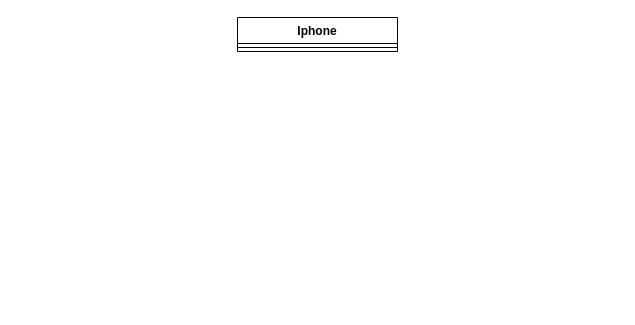
The draw.io diagram desafioDIO.drawio in evelopes/DIO-Java, before the edit. Source tidied: cells renumbered, new cells numbered last; positions are measured from the earlier drawing's top-left corner, leaving out a move shared by most shapes. Both pictures are drawn from the tidied source at 100%, with x=0, y=0 at pixel (237, 17).
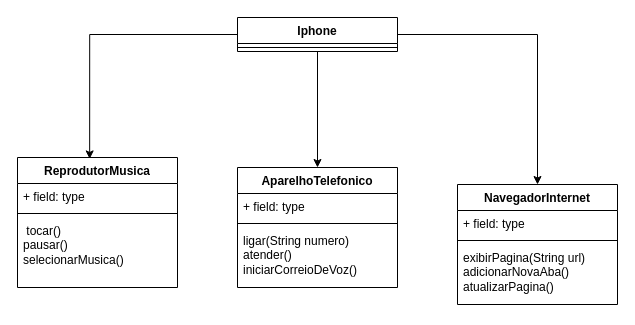
After the change.

Change to the diagram source:
```diff
@@
 <mxGraphModel>
   <root>
     <mxCell id="0" />
     <mxCell id="1" parent="0" />
+    <mxCell id="4" style="edgeStyle=orthogonalEdgeStyle;rounded=0;jettySize=auto;html=1;entryX=0.5;entryY=0;entryDx=0;entryDy=0;" parent="1" edge="1" source="2" target="10">
+      <mxGeometry relative="1" as="geometry" />
+    </mxCell>
+    <mxCell id="5" style="edgeStyle=orthogonalEdgeStyle;rounded=0;jettySize=auto;html=1;" parent="1" edge="1" source="2" target="14">
+      <mxGeometry relative="1" as="geometry" />
+    </mxCell>
     <mxCell id="2" value="Iphone" style="swimlane;fontStyle=1;align=center;verticalAlign=top;horizontal=1;startSize=26;whiteSpace=wrap;html=1;" parent="1" vertex="1">
       <mxGeometry width="160" height="34" as="geometry" />
     </mxCell>
     <mxCell id="3" style="line;strokeWidth=1;fillColor=none;align=left;verticalAlign=middle;spacingTop=-1;spacingLeft=3;spacingRight=3;labelPosition=right;strokeColor=inherit;" parent="2" vertex="1">
       <mxGeometry y="26" width="160" height="8" as="geometry" />
     </mxCell>
+    <mxCell id="6" value="ReprodutorMusica" style="swimlane;fontStyle=1;align=center;verticalAlign=top;horizontal=1;startSize=26;whiteSpace=wrap;html=1;" parent="1" vertex="1">
+      <mxGeometry x="-220" y="140" width="160" height="130" as="geometry" />
+    </mxCell>
+    <mxCell id="7" value="+ field: type" style="text;strokeColor=none;fillColor=none;align=left;verticalAlign=top;spacingLeft=4;spacingRight=4;overflow=hidden;whiteSpace=wrap;html=1;" parent="6" vertex="1">
+      <mxGeometry y="26" width="160" height="26" as="geometry" />
+    </mxCell>
+    <mxCell id="8" style="line;strokeWidth=1;fillColor=none;align=left;verticalAlign=middle;spacingTop=-1;spacingLeft=3;spacingRight=3;labelPosition=right;strokeColor=inherit;" parent="6" vertex="1">
+      <mxGeometry y="52" width="160" height="8" as="geometry" />
+    </mxCell>
+    <mxCell id="9" value="&amp;nbsp;tocar()&lt;div&gt;pausar()&lt;/div&gt;&lt;div&gt;selecionarMusica()&lt;/div&gt;" style="text;strokeColor=none;fillColor=none;align=left;verticalAlign=top;spacingLeft=4;spacingRight=4;overflow=hidden;whiteSpace=wrap;html=1;" parent="6" vertex="1">
+      <mxGeometry y="60" width="160" height="70" as="geometry" />
+    </mxCell>
+    <mxCell id="10" value="AparelhoTelefonico" style="swimlane;fontStyle=1;align=center;verticalAlign=top;horizontal=1;startSize=26;whiteSpace=wrap;html=1;" parent="1" vertex="1">
+      <mxGeometry y="150" width="160" height="120" as="geometry" />
+    </mxCell>
+    <mxCell id="11" value="+ field: type" style="text;strokeColor=none;fillColor=none;align=left;verticalAlign=top;spacingLeft=4;spacingRight=4;overflow=hidden;whiteSpace=wrap;html=1;" parent="10" vertex="1">
+      <mxGeometry y="26" width="160" height="26" as="geometry" />
+    </mxCell>
+    <mxCell id="12" style="line;strokeWidth=1;fillColor=none;align=left;verticalAlign=middle;spacingTop=-1;spacingLeft=3;spacingRight=3;labelPosition=right;strokeColor=inherit;" parent="10" vertex="1">
+      <mxGeometry y="52" width="160" height="8" as="geometry" />
+    </mxCell>
+    <mxCell id="13" value="ligar(String numero)&lt;div&gt;atender()&lt;/div&gt;&lt;div&gt;iniciarCorreioDeVoz()&lt;/div&gt;&lt;div&gt;&lt;br&gt;&lt;/div&gt;" style="text;strokeColor=none;fillColor=none;align=left;verticalAlign=top;spacingLeft=4;spacingRight=4;overflow=hidden;whiteSpace=wrap;html=1;" parent="10" vertex="1">
+      <mxGeometry y="60" width="160" height="60" as="geometry" />
+    </mxCell>
+    <mxCell id="14" value="NavegadorInternet" style="swimlane;fontStyle=1;align=center;verticalAlign=top;horizontal=1;startSize=26;whiteSpace=wrap;html=1;" parent="1" vertex="1">
+      <mxGeometry x="220" y="167" width="160" height="120" as="geometry" />
+    </mxCell>
+    <mxCell id="15" value="+ field: type" style="text;strokeColor=none;fillColor=none;align=left;verticalAlign=top;spacingLeft=4;spacingRight=4;overflow=hidden;whiteSpace=wrap;html=1;" parent="14" vertex="1">
+      <mxGeometry y="26" width="160" height="26" as="geometry" />
+    </mxCell>
+    <mxCell id="16" style="line;strokeWidth=1;fillColor=none;align=left;verticalAlign=middle;spacingTop=-1;spacingLeft=3;spacingRight=3;labelPosition=right;strokeColor=inherit;" parent="14" vertex="1">
+      <mxGeometry y="52" width="160" height="8" as="geometry" />
+    </mxCell>
+    <mxCell id="17" value="exibirPagina(String url)&lt;div&gt;adicionarNovaAba()&lt;/div&gt;&lt;div&gt;atualizarPagina()&lt;/div&gt;" style="text;strokeColor=none;fillColor=none;align=left;verticalAlign=top;spacingLeft=4;spacingRight=4;overflow=hidden;whiteSpace=wrap;html=1;" parent="14" vertex="1">
+      <mxGeometry y="60" width="160" height="60" as="geometry" />
+    </mxCell>
+    <mxCell id="18" style="edgeStyle=orthogonalEdgeStyle;rounded=0;jettySize=auto;html=1;entryX=0.451;entryY=0.011;entryDx=0;entryDy=0;entryPerimeter=0;" parent="1" edge="1" source="2" target="6">
+      <mxGeometry relative="1" as="geometry" />
+    </mxCell>
   </root>
 </mxGraphModel>
```
